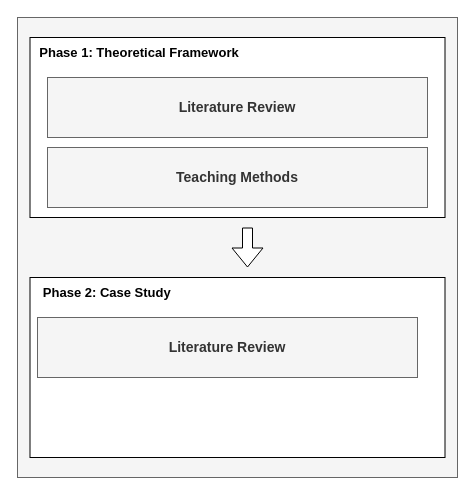
profjordanov/phd keeps this draw.io diagram as Chapter1/researchAppro.drawio. Above is the earlier version. Source tidied: cells renumbered, new cells numbered last; positions are measured from the earlier drawing's top-left corner, leaving out a move shared by most shapes. Both pictures are drawn from the tidied source at 100%, with x=0, y=0 at pixel (17, 17).
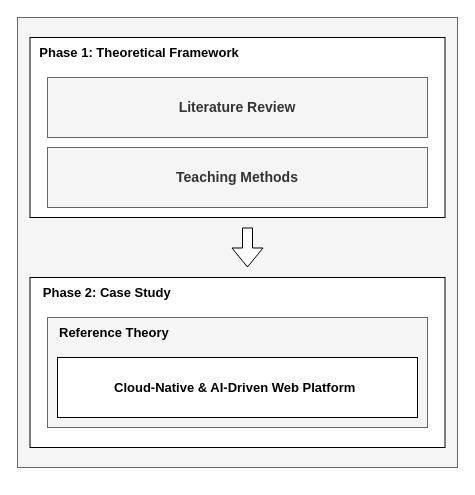
After the change.

What changed in the source:
```diff
@@
 <mxGraphModel>
   <root>
     <mxCell id="0" />
     <mxCell id="1" parent="0" />
     <mxCell id="2" style="rounded=0;whiteSpace=wrap;html=1;fillColor=#f5f5f5;fontColor=#333333;strokeColor=#666666;" parent="1" vertex="1">
-      <mxGeometry width="440" height="460" as="geometry" />
+      <mxGeometry width="440" height="450" as="geometry" />
     </mxCell>
     <mxCell id="3" style="rounded=0;whiteSpace=wrap;html=1;" parent="1" vertex="1">
       <mxGeometry x="12.5" y="20" width="415" height="180" as="geometry" />
     </mxCell>
     <mxCell id="4" value="&lt;b&gt;&lt;font style=&quot;font-size: 13px;&quot;&gt;Phase 1: Theoretical Framework&lt;/font&gt;&lt;/b&gt;" style="text;html=1;whiteSpace=wrap;strokeColor=none;fillColor=none;align=center;verticalAlign=middle;rounded=0;" parent="1" vertex="1">
       <mxGeometry x="12.5" y="20" width="217.5" height="30" as="geometry" />
     </mxCell>
     <mxCell id="5" value="&lt;b&gt;&lt;font style=&quot;font-size: 14px;&quot;&gt;Literature Review&lt;/font&gt;&lt;/b&gt;" style="rounded=0;whiteSpace=wrap;html=1;fillColor=#f5f5f5;fontColor=#333333;strokeColor=#666666;align=center;" parent="1" vertex="1">
       <mxGeometry x="30" y="60" width="380" height="60" as="geometry" />
     </mxCell>
     <mxCell id="6" value="&lt;span style=&quot;font-size: 14px;&quot;&gt;&lt;b&gt;Teaching Methods&lt;/b&gt;&lt;/span&gt;" style="rounded=0;whiteSpace=wrap;html=1;fillColor=#f5f5f5;fontColor=#333333;strokeColor=#666666;align=center;" parent="1" vertex="1">
       <mxGeometry x="30" y="130" width="380" height="60" as="geometry" />
     </mxCell>
     <mxCell id="7" style="rounded=0;whiteSpace=wrap;html=1;" parent="1" vertex="1">
-      <mxGeometry x="12.5" y="260" width="415" height="180" as="geometry" />
+      <mxGeometry x="12.5" y="260" width="415" height="170" as="geometry" />
     </mxCell>
     <mxCell id="8" value="&lt;b&gt;&lt;font style=&quot;font-size: 13px;&quot;&gt;&amp;nbsp; &amp;nbsp;Phase 2: Case Study&lt;/font&gt;&lt;/b&gt;" style="text;html=1;whiteSpace=wrap;strokeColor=none;fillColor=none;align=left;verticalAlign=middle;rounded=0;" parent="1" vertex="1">
       <mxGeometry x="12.5" y="260" width="217.5" height="30" as="geometry" />
     </mxCell>
     <mxCell id="9" style="shape=flexArrow;endArrow=classic;html=1;rounded=0;fillColor=default;" parent="1" edge="1">
       <mxGeometry relative="1" as="geometry">
         <mxPoint x="230" y="210" as="sourcePoint" />
         <mxPoint x="230" y="250" as="targetPoint" />
       </mxGeometry>
     </mxCell>
-    <mxCell id="10" value="&lt;b&gt;&lt;font style=&quot;font-size: 14px;&quot;&gt;Literature Review&lt;/font&gt;&lt;/b&gt;" style="rounded=0;whiteSpace=wrap;html=1;fillColor=#f5f5f5;fontColor=#333333;strokeColor=#666666;align=center;" parent="1" vertex="1">
-      <mxGeometry x="20" y="300" width="380" height="60" as="geometry" />
+    <mxCell id="10" style="rounded=0;whiteSpace=wrap;html=1;fillColor=#f5f5f5;fontColor=#333333;strokeColor=#666666;align=center;" parent="1" vertex="1">
+      <mxGeometry x="30" y="300" width="380" height="110" as="geometry" />
     </mxCell>
+    <mxCell id="11" style="rounded=0;whiteSpace=wrap;html=1;" parent="1" vertex="1">
+      <mxGeometry x="40" y="340" width="360" height="60" as="geometry" />
+    </mxCell>
+    <mxCell id="12" value="&lt;span style=&quot;font-size: 13px;&quot;&gt;&lt;b&gt;Cloud-Native &amp;amp; AI-Driven Web Platform&lt;/b&gt;&lt;/span&gt;" style="text;html=1;whiteSpace=wrap;strokeColor=none;fillColor=none;align=left;verticalAlign=middle;rounded=0;" parent="1" vertex="1">
+      <mxGeometry x="95" y="355" width="250" height="30" as="geometry" />
+    </mxCell>
+    <mxCell id="13" value="&lt;span style=&quot;font-size: 13px;&quot;&gt;&lt;b&gt;Reference Theory&lt;/b&gt;&lt;/span&gt;" style="text;html=1;whiteSpace=wrap;strokeColor=none;fillColor=none;align=left;verticalAlign=middle;rounded=0;" parent="1" vertex="1">
+      <mxGeometry x="40" y="300" width="217.5" height="30" as="geometry" />
+    </mxCell>
   </root>
 </mxGraphModel>
```
